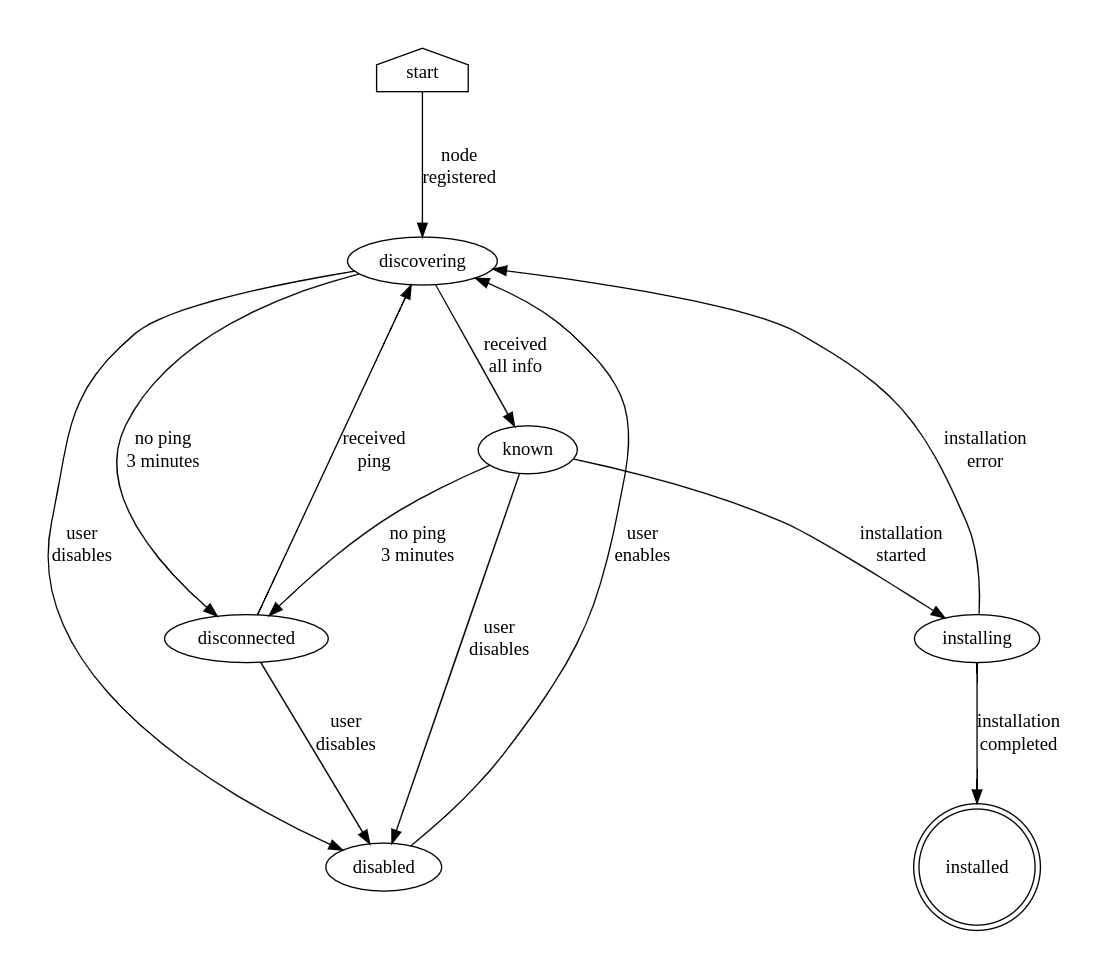
This is docs/NodeState.png from openshift/assisted-service, a Graphviz export, as it was before one commit. Its source is kept beside it as docs/NodeState.dot.
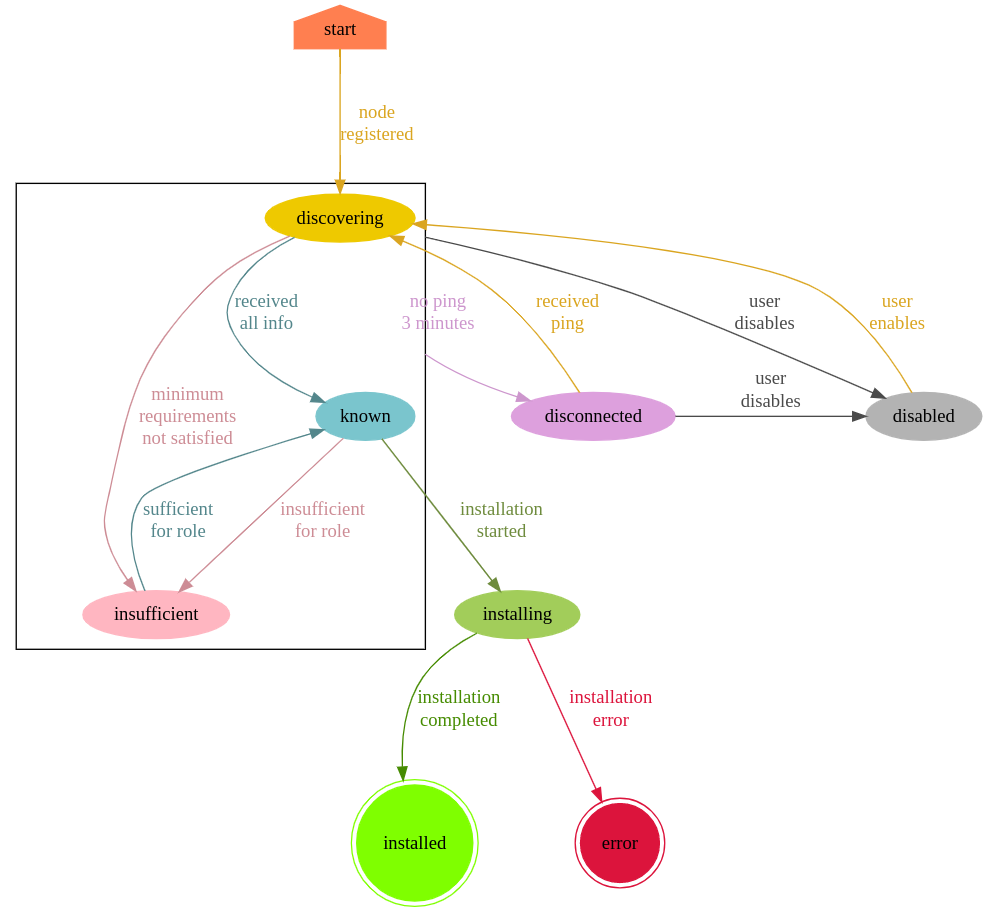
The same file after the commit.

Commit message:
Update node state machine

1. Added error state
2. No transition from "known" to "discovering"
3. Added colors and subgraph for clarity

Diff of the diagram source:
```diff
@@ -1,24 +1,41 @@
 digraph NodeStateMachine {
-    graph [pad="0.5", nodesep="1", ranksep="1"];
+    graph [nodesep = "1.0", ranksep = "1.0"];
+    node [style = filled];
+    compound = true;
+    newrank = false;
 
-    start [shape=house]
-    start -> discovering [label = "node\nregistered"];
+    start [shape = house, color = coral];
+    subgraph cluster_level1 {
+        discovering [color = gold2];
+        known [color = cadetblue3];
+        insufficient [color = lightpink];
+    }
+    disconnected [color = plum];
+    disabled [color = grey70];
+    installing [color = darkolivegreen3];
+    installed [shape = doublecircle, color = chartreuse];
+    error [shape = doublecircle, color = crimson];
 
-    discovering -> disconnected [label = "no ping\n3 minutes"];
-    discovering -> known [label = "received\nall info"];
-    discovering -> disabled [label = "user\ndisables"];
+    start -> discovering [label = "node\nregistered", color=goldenrod, fontcolor=goldenrod];
 
-    known -> disconnected [label = "no ping\n3 minutes"];
-    known -> installing [label = "installation\nstarted"];
-    known -> disabled [label = "user\ndisables"];
+    discovering -> disconnected [label = "no ping\n3 minutes", color=plum3, fontcolor=plum3, ltail = cluster_level1];
+    discovering -> known [label = "received\nall info", color=cadetblue4, fontcolor=cadetblue4];
+    discovering -> insufficient [label = "minimum\nrequirements\nnot satisfied", color=lightpink3, fontcolor=lightpink3];
+    discovering -> disabled [label = "user\ndisables", color=grey29, fontcolor=grey29, ltail = cluster_level1];
 
-    disconnected -> discovering [label = "received\nping"];
-    disconnected -> disabled [label = "user\ndisables"];
+    known -> installing [label = "installation\nstarted", color=darkolivegreen4, fontcolor=darkolivegreen4];
+    known -> insufficient [label = "insufficient\nfor role", color=lightpink3, fontcolor=lightpink3];
 
-    disabled -> discovering [label = "user\nenables"];
+    disconnected -> discovering [label = "received\nping", color=goldenrod, fontcolor=goldenrod];
+    disconnected -> disabled [label = "user\ndisables", color=grey29, fontcolor=grey29];
 
-    installing -> installed [label = "installation\ncompleted"];
-    installing -> discovering [label = "installation\nerror"]
+    disabled -> discovering [label = "user\nenables", color=goldenrod, fontcolor=goldenrod];
 
-    installed [shape=doublecircle];
+    insufficient -> known [label = "sufficient\nfor role", color=cadetblue4, fontcolor=cadetblue4];
+
+    installing -> installed [label = "installation\ncompleted", color=chartreuse4, fontcolor=chartreuse4];
+    installing -> error [label = "installation\nerror", color=crimson, fontcolor=crimson];
+
+    {rank=max; installed}
+    {rank=same; known; disconnected; disabled}
 }
```
